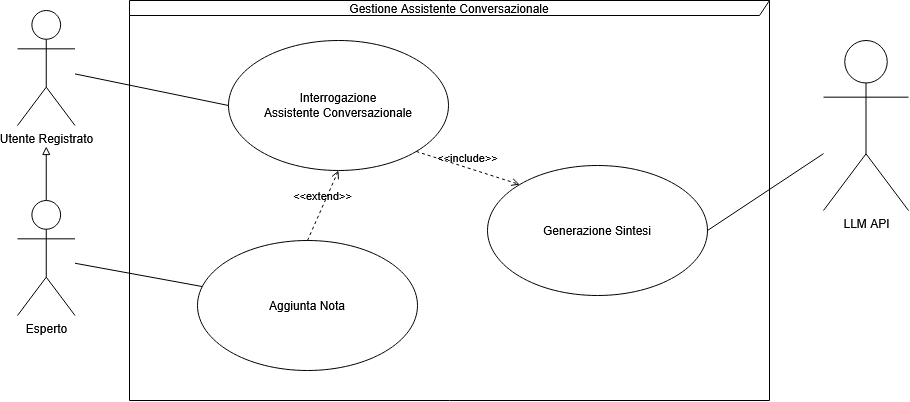
The draw.io diagram docs/diagrams_src/RAD_Diagrams/UCD_GAC.png in AndreaRainone/FARIS, before a commit. Source tidied: cells renumbered, new cells last; positions are measured from the earlier drawing's top-left corner, leaving out a move shared by most shapes.
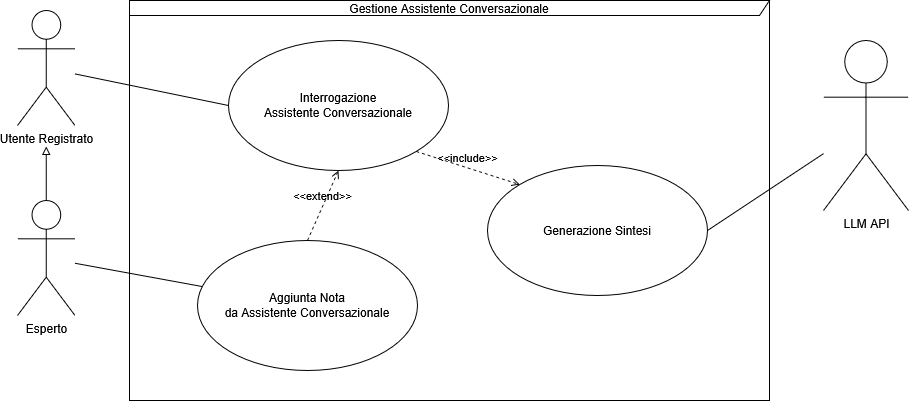
The same diagram one commit later.

The edit, as a diff of the source:
```diff
@@ -35,7 +35,7 @@
     <mxCell id="12" style="rounded=0;jettySize=auto;html=1;defaultLabelBackgroundColor=page;labelPadding=0 4;endArrow=none;endFill=0;" parent="1" edge="1" source="11" target="13">
       <mxGeometry relative="1" as="geometry" />
     </mxCell>
-    <mxCell id="13" value="Aggiunta Nota" style="ellipse;html=1;whiteSpace=wrap;fillColor=none;" parent="1" vertex="1">
+    <mxCell id="13" value="Aggiunta Nota&lt;br&gt;da Assistente Conversazionale" style="ellipse;html=1;whiteSpace=wrap;fillColor=none;" parent="1" vertex="1">
       <mxGeometry x="180" y="240" width="220" height="130" as="geometry" />
     </mxCell>
     <mxCell id="14" value="&amp;lt;&amp;lt;extend&amp;gt;&amp;gt;" style="html=1;verticalAlign=bottom;labelBackgroundColor=none;endArrow=open;endFill=0;dashed=1;rounded=0;defaultLabelBackgroundColor=page;labelPadding=0 4;entryX=0.5;entryY=1;entryDx=0;entryDy=0;exitX=0.5;exitY=0;exitDx=0;exitDy=0;" parent="1" edge="1" source="13" target="6">
```
